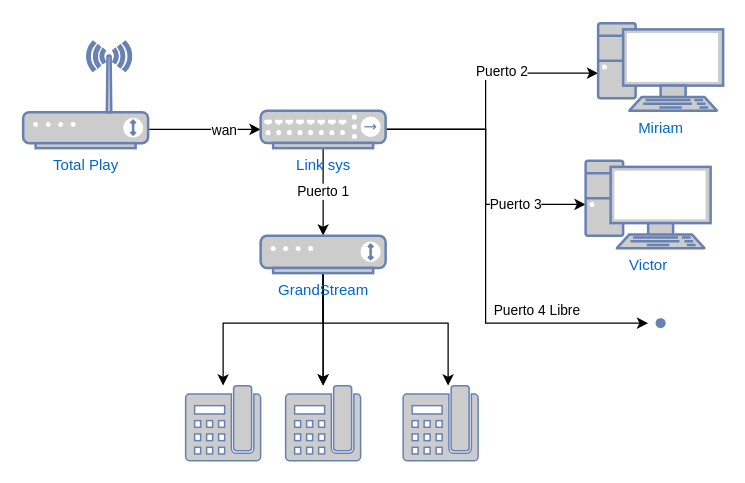
Before: page "Copy of Celaya-Actual" (8 of 8) of Proyecto.drawio in rrpovando/ProyectoDB, a draw.io diagram. Source tidied: cells renumbered, new cells numbered last; positions are measured from the earlier drawing's top-left corner, leaving out a move shared by most shapes. Both pictures are drawn from the tidied source at 125%, with x=0, y=0 at pixel (22, 22).
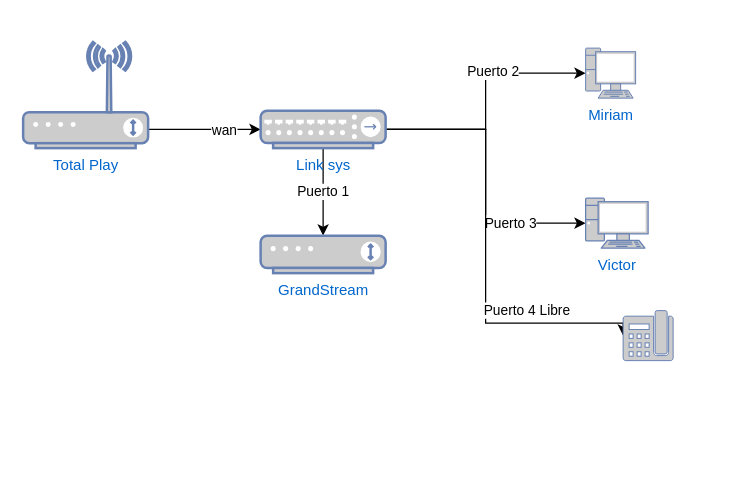
Above is the later version.

The change refers to these unchanged cells:
```xml
<mxCell id="11" value="Link sys" style="fontColor=#0066CC;verticalAlign=top;verticalLabelPosition=bottom;labelPosition=center;align=center;html=1;outlineConnect=0;fillColor=#CCCCCC;strokeColor=#6881B3;gradientColor=none;gradientDirection=north;strokeWidth=2;shape=mxgraph.networks.hub;" parent="1" vertex="1">
  <mxGeometry x="190" y="70" width="100" height="30" as="geometry" />
</mxCell>
<mxCell id="16" value="GrandStream" style="fontColor=#0066CC;verticalAlign=top;verticalLabelPosition=bottom;labelPosition=center;align=center;html=1;outlineConnect=0;fillColor=#CCCCCC;strokeColor=#6881B3;gradientColor=none;gradientDirection=north;strokeWidth=2;shape=mxgraph.networks.modem;" parent="1" vertex="1">
  <mxGeometry x="190" y="170" width="100" height="30" as="geometry" />
</mxCell>
```

Change to the diagram source:
```diff
@@
-    <mxCell id="10" value="Puerto 4 Libre" style="edgeStyle=orthogonalEdgeStyle;rounded=0;jettySize=auto;html=1;" parent="1" edge="1" source="11">
+    <mxCell id="10" value="Puerto 4 Libre" style="edgeStyle=orthogonalEdgeStyle;rounded=0;jettySize=auto;html=1;entryX=0;entryY=0.5;entryDx=0;entryDy=0;entryPerimeter=0;" parent="1" edge="1" source="11" target="21">
       <mxGeometry x="0.51" y="10" relative="1" as="geometry">
-        <mxPoint x="500" y="240" as="targetPoint" />
         <Array as="points">
           <mxPoint x="370" y="85" />
           <mxPoint x="370" y="240" />
-          <mxPoint x="460" y="240" />
         </Array>
       </mxGeometry>
     </mxCell>
@@
-    <mxCell id="12" style="edgeStyle=orthogonalEdgeStyle;rounded=0;jettySize=auto;html=1;" parent="1" edge="1" source="16" target="21">
-      <mxGeometry relative="1" as="geometry">
-        <Array as="points">
-          <mxPoint x="240" y="240" />
-          <mxPoint x="340" y="240" />
-        </Array>
-      </mxGeometry>
-    </mxCell>
-    <mxCell id="13" style="edgeStyle=orthogonalEdgeStyle;rounded=0;jettySize=auto;html=1;" parent="1" edge="1" source="16" target="20">
-      <mxGeometry relative="1" as="geometry" />
-    </mxCell>
-    <mxCell id="14" style="edgeStyle=orthogonalEdgeStyle;rounded=0;jettySize=auto;html=1;" parent="1" edge="1" source="16" target="20">
-      <mxGeometry relative="1" as="geometry" />
-    </mxCell>
-    <mxCell id="15" style="edgeStyle=orthogonalEdgeStyle;rounded=0;jettySize=auto;html=1;" parent="1" edge="1" source="16" target="19">
-      <mxGeometry relative="1" as="geometry">
-        <Array as="points">
-          <mxPoint x="240" y="240" />
-          <mxPoint x="160" y="240" />
-        </Array>
-      </mxGeometry>
-    </mxCell>
@@
     <mxCell id="17" value="Victor" style="fontColor=#0066CC;verticalAlign=top;verticalLabelPosition=bottom;labelPosition=center;align=center;html=1;outlineConnect=0;fillColor=#CCCCCC;strokeColor=#6881B3;gradientColor=none;gradientDirection=north;strokeWidth=2;shape=mxgraph.networks.pc;" parent="1" vertex="1">
-      <mxGeometry x="450" y="110" width="100" height="70" as="geometry" />
+      <mxGeometry x="450" y="140" width="50" height="40" as="geometry" />
     </mxCell>
     <mxCell id="18" value="Miriam" style="fontColor=#0066CC;verticalAlign=top;verticalLabelPosition=bottom;labelPosition=center;align=center;html=1;outlineConnect=0;fillColor=#CCCCCC;strokeColor=#6881B3;gradientColor=none;gradientDirection=north;strokeWidth=2;shape=mxgraph.networks.pc;" parent="1" vertex="1">
-      <mxGeometry x="460" width="100" height="70" as="geometry" />
+      <mxGeometry x="450" y="20" width="40" height="40" as="geometry" />
     </mxCell>
-    <mxCell id="19" style="fontColor=#0066CC;verticalAlign=top;verticalLabelPosition=bottom;labelPosition=center;align=center;html=1;outlineConnect=0;fillColor=#CCCCCC;strokeColor=#6881B3;gradientColor=none;gradientDirection=north;strokeWidth=2;shape=mxgraph.networks.phone_2;" parent="1" vertex="1">
-      <mxGeometry x="130" y="290" width="60" height="60" as="geometry" />
-    </mxCell>
-    <mxCell id="20" style="fontColor=#0066CC;verticalAlign=top;verticalLabelPosition=bottom;labelPosition=center;align=center;html=1;outlineConnect=0;fillColor=#CCCCCC;strokeColor=#6881B3;gradientColor=none;gradientDirection=north;strokeWidth=2;shape=mxgraph.networks.phone_2;" parent="1" vertex="1">
-      <mxGeometry x="210" y="290" width="60" height="60" as="geometry" />
-    </mxCell>
     <mxCell id="21" style="fontColor=#0066CC;verticalAlign=top;verticalLabelPosition=bottom;labelPosition=center;align=center;html=1;outlineConnect=0;fillColor=#CCCCCC;strokeColor=#6881B3;gradientColor=none;gradientDirection=north;strokeWidth=2;shape=mxgraph.networks.phone_2;" parent="1" vertex="1">
-      <mxGeometry x="304" y="290" width="60" height="60" as="geometry" />
+      <mxGeometry x="480" y="230" width="40" height="40" as="geometry" />
     </mxCell>
-    <mxCell id="22" style="shape=waypoint;sketch=0;size=6;fillColor=#CCCCCC;perimeter=centerPerimeter;verticalAlign=top;strokeColor=#6881B3;fontColor=#0066CC;gradientColor=none;gradientDirection=north;strokeWidth=2;" parent="1" vertex="1">
-      <mxGeometry x="490" y="220" width="40" height="40" as="geometry" />
-    </mxCell>
```
